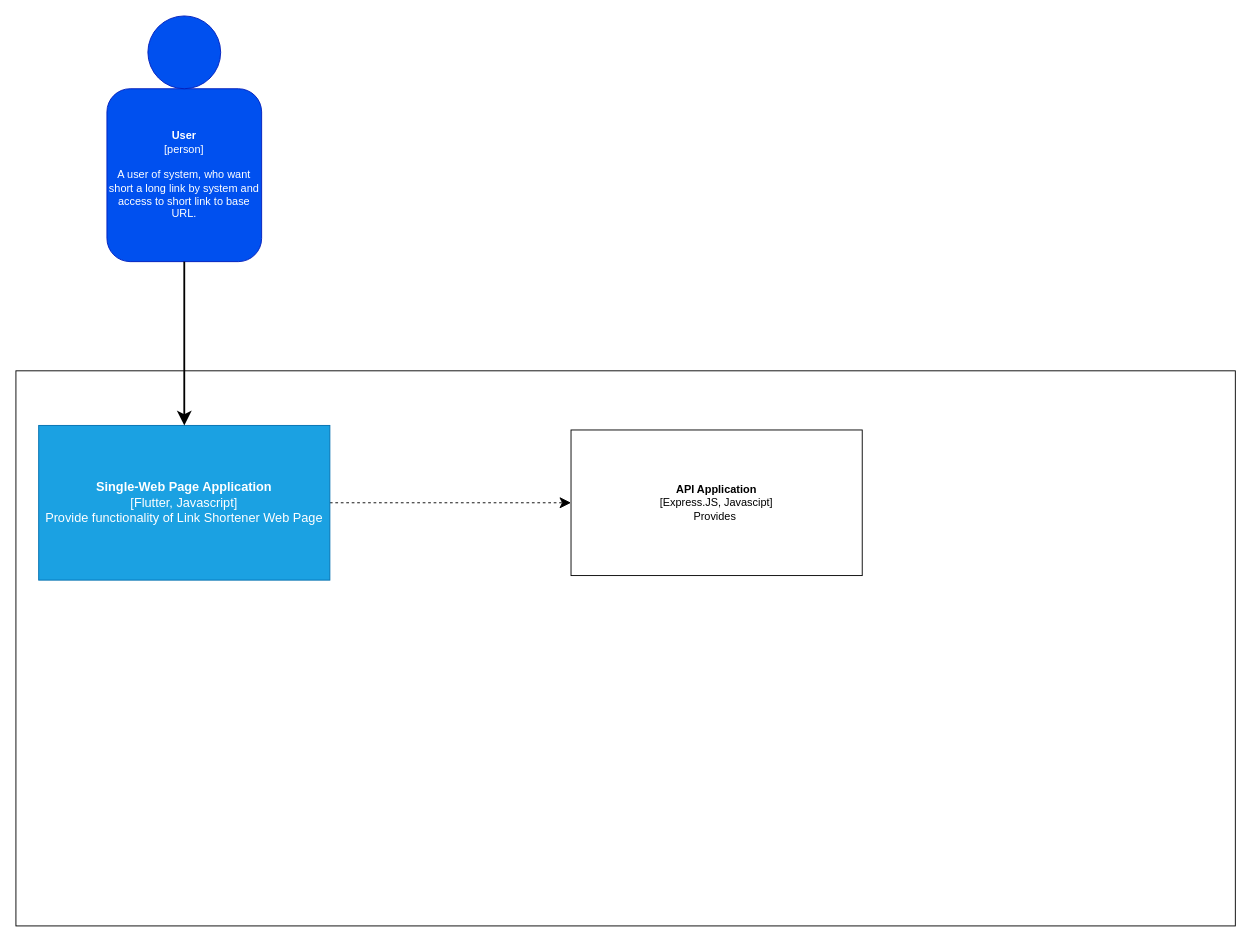
The draw.io diagram page "Container Diagram" (2 of 2) of Diagrams/4C.drawio in ryzen30xx/Link_Shortener, before the edit. Source tidied: cells renumbered, new cells numbered last; positions are measured from the earlier drawing's top-left corner, leaving out a move shared by most shapes. Both pictures are drawn from the tidied source at 91%, with x=0, y=0 at pixel (15, 15).
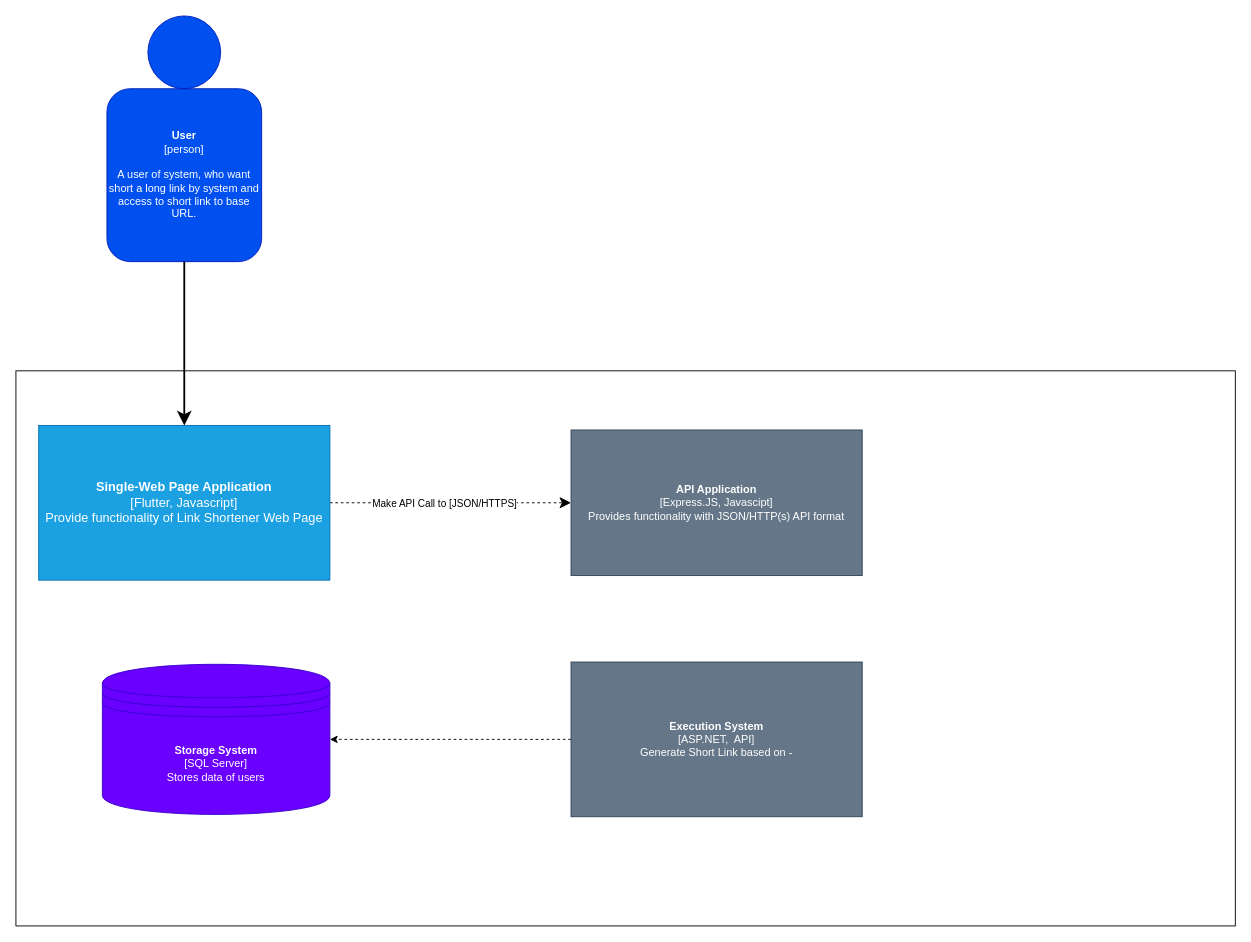
After the change.

The edit, as a diff of the source:
```diff
@@
 <mxGraphModel>
   <root>
     <mxCell id="0" />
     <mxCell id="1" parent="0" />
     <mxCell id="2" style="group;" parent="1" vertex="1">
       <mxGeometry x="100" width="170" height="270" as="geometry" />
     </mxCell>
     <mxCell id="3" value="&lt;b&gt;User&lt;/b&gt;&lt;div&gt;[person]&lt;/div&gt;&lt;div&gt;&lt;br&gt;&lt;/div&gt;&lt;div&gt;A user of system, who want short a long link by system and access to short link to base URL.&lt;/div&gt;" style="rounded=1;whiteSpace=wrap;html=1;fillColor=#0050ef;fontColor=#ffffff;strokeColor=#001DBC;" parent="2" vertex="1">
       <mxGeometry y="80" width="170" height="190" as="geometry" />
     </mxCell>
     <mxCell id="4" style="ellipse;whiteSpace=wrap;html=1;fillColor=#0050ef;fontColor=#ffffff;strokeColor=#001DBC;" parent="2" vertex="1">
       <mxGeometry x="45" width="80" height="80" as="geometry" />
     </mxCell>
     <mxCell id="5" style="rounded=0;whiteSpace=wrap;html=1;" parent="1" vertex="1">
       <mxGeometry y="390" width="1340" height="610" as="geometry" />
     </mxCell>
     <mxCell id="6" style="edgeStyle=orthogonalEdgeStyle;rounded=0;jettySize=auto;html=1;exitX=1;exitY=0.5;exitDx=0;exitDy=0;entryX=0;entryY=0.5;entryDx=0;entryDy=0;dashed=1;endSize=10;" parent="1" edge="1" source="7" target="9">
       <mxGeometry relative="1" as="geometry" />
     </mxCell>
+    <mxCell id="10" value="Make API Call to [JSON/HTTPS]" style="edgeLabel;html=1;align=center;verticalAlign=middle;" parent="6" vertex="1">
+      <mxGeometry x="-0.64" y="-4" relative="1" as="geometry">
+        <mxPoint x="77" y="-4" as="offset" />
+      </mxGeometry>
+    </mxCell>
     <mxCell id="7" value="&lt;b&gt;&lt;font style=&quot;font-size: 14px;&quot;&gt;Single-Web Page Application&lt;/font&gt;&lt;/b&gt;&lt;div&gt;&lt;font style=&quot;font-size: 14px;&quot;&gt;[Flutter, Javascript]&lt;/font&gt;&lt;/div&gt;&lt;div&gt;&lt;font style=&quot;font-size: 14px;&quot;&gt;Provide functionality of Link Shortener Web Page&lt;/font&gt;&lt;/div&gt;" style="rounded=0;whiteSpace=wrap;html=1;fillColor=#1ba1e2;fontColor=#ffffff;strokeColor=#006EAF;" parent="1" vertex="1">
       <mxGeometry x="25" y="450" width="320" height="170" as="geometry" />
     </mxCell>
     <mxCell id="8" style="edgeStyle=orthogonalEdgeStyle;rounded=0;jettySize=auto;html=1;exitX=0.5;exitY=1;exitDx=0;exitDy=0;endSize=10;strokeWidth=2;" parent="1" edge="1" source="3" target="7">
       <mxGeometry relative="1" as="geometry" />
     </mxCell>
-    <mxCell id="9" value="&lt;b&gt;API Application&lt;/b&gt;&lt;div&gt;[Express.JS, Javascipt]&lt;/div&gt;&lt;div&gt;Provides&amp;nbsp;&lt;/div&gt;" style="rounded=0;whiteSpace=wrap;html=1;" parent="1" vertex="1">
+    <mxCell id="9" value="&lt;b&gt;API Application&lt;/b&gt;&lt;div&gt;[Express.JS, Javascipt]&lt;/div&gt;&lt;div&gt;Provides functionality with JSON/HTTP(s) API format&lt;/div&gt;" style="rounded=0;whiteSpace=wrap;html=1;fillColor=#647687;fontColor=#ffffff;strokeColor=#314354;" parent="1" vertex="1">
       <mxGeometry x="610" y="455" width="320" height="160" as="geometry" />
     </mxCell>
+    <mxCell id="11" style="edgeStyle=orthogonalEdgeStyle;rounded=0;jettySize=auto;html=1;exitX=0;exitY=0.5;exitDx=0;exitDy=0;dashed=1;" parent="1" edge="1" source="12" target="13">
+      <mxGeometry relative="1" as="geometry" />
+    </mxCell>
+    <mxCell id="12" value="&lt;b&gt;Execution System&lt;/b&gt;&lt;div&gt;[ASP.NET,&amp;nbsp; API]&lt;/div&gt;&lt;div&gt;Generate Short Link based on -&lt;/div&gt;" style="rounded=0;whiteSpace=wrap;html=1;fillColor=#647687;fontColor=#ffffff;strokeColor=#314354;" parent="1" vertex="1">
+      <mxGeometry x="610" y="710" width="320" height="170" as="geometry" />
+    </mxCell>
+    <mxCell id="13" value="&lt;b&gt;Storage System&lt;/b&gt;&lt;div&gt;[SQL Server]&lt;/div&gt;&lt;div&gt;Stores data of users&lt;/div&gt;" style="shape=datastore;whiteSpace=wrap;html=1;fillColor=#6a00ff;fontColor=#ffffff;strokeColor=#3700CC;" parent="1" vertex="1">
+      <mxGeometry x="95" y="712.5" width="250" height="165" as="geometry" />
+    </mxCell>
   </root>
 </mxGraphModel>
```
